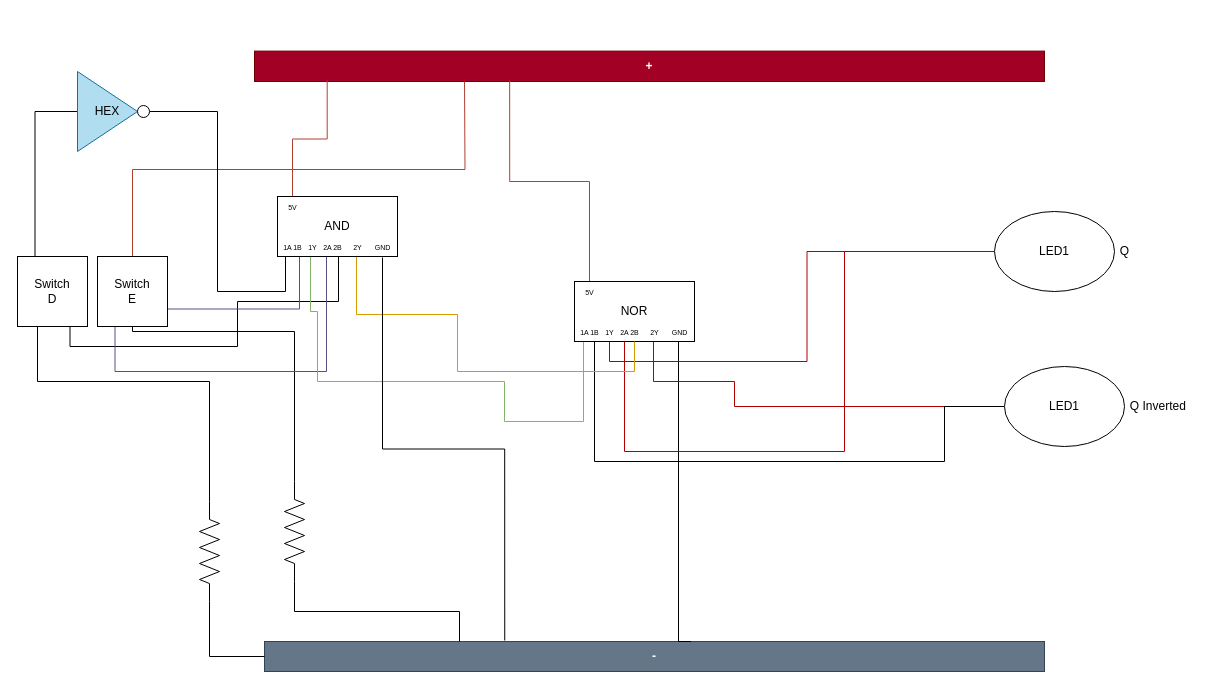
This is page "Page-2" (2 of 3) of lab 4.drawio from jamesma123/freeCodeCamp, a draw.io file, before an edit. Source tidied: cells renumbered, new cells numbered last; positions are measured from the earlier drawing's top-left corner, leaving out a move shared by most shapes. Both pictures are drawn from the tidied source at 100%, with x=0, y=0 at pixel (17, 51).
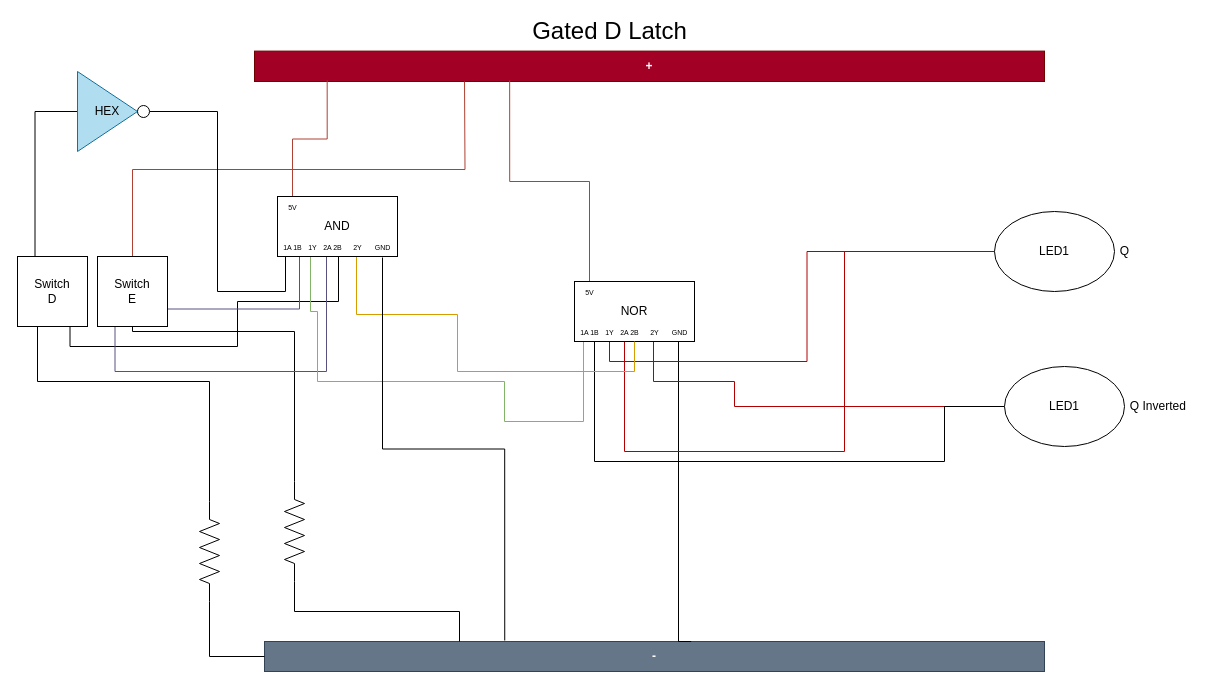
After the change.

What changed in the source:
```diff
@@
+    <mxCell id="52" value="&lt;font style=&quot;font-size: 24px&quot;&gt;Gated D Latch&lt;/font&gt;" style="text;html=1;align=center;verticalAlign=middle;fillColor=none;strokeColor=none;rounded=0;" parent="1" vertex="1">
+      <mxGeometry x="507" y="-30" width="170" height="20" as="geometry" />
+    </mxCell>
```
